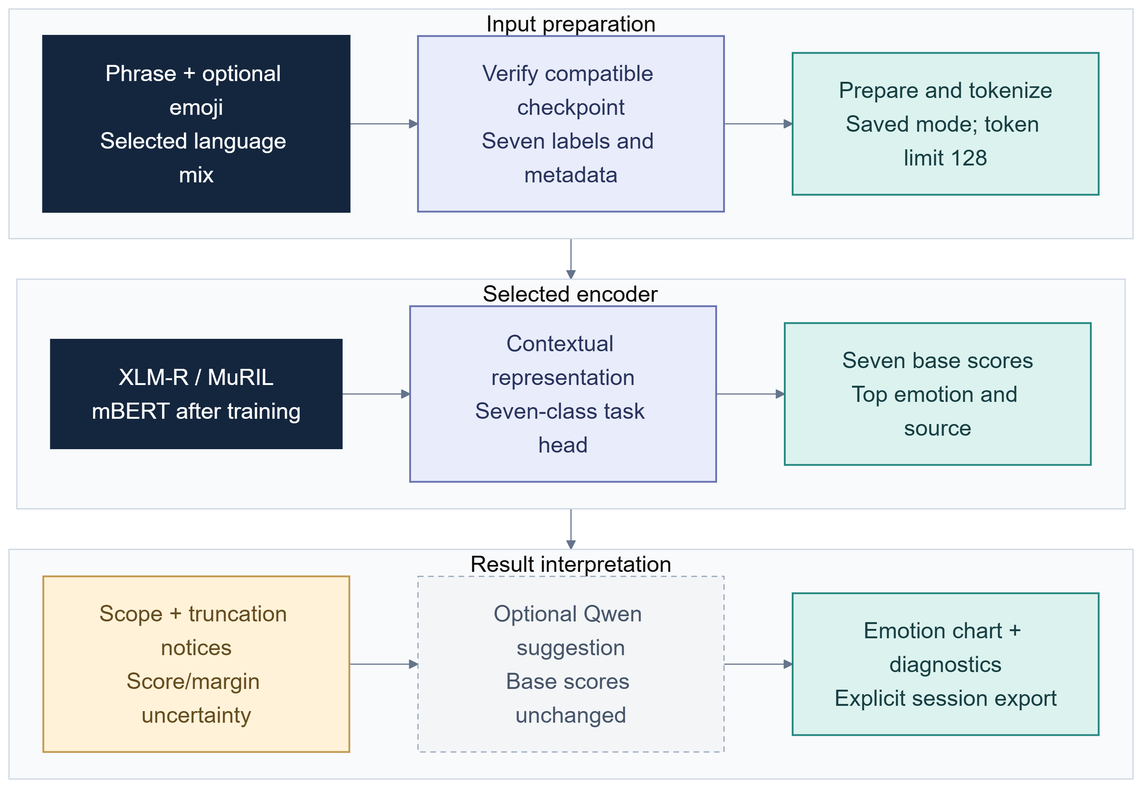
This is docs/submission/figures/emotion_inference.png from AdvayV/Emotion_Detection, a Mermaid export, as it was before one commit. Its source is kept beside it as docs/submission/diagrams/emotion_inference.mmd.
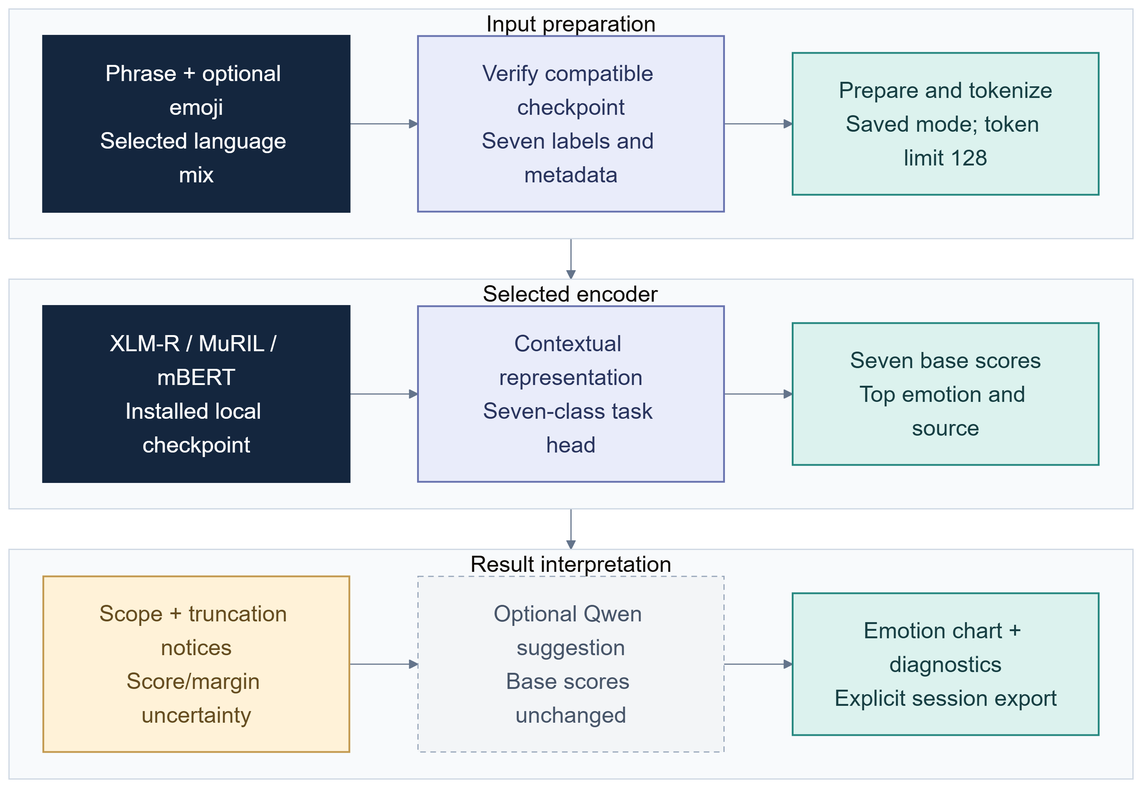
After the change.

Change to the diagram source:
```diff
@@ -10,7 +10,7 @@
   end
   subgraph PREDICT["Selected encoder"]
     direction LR
-    D["XLM-R / MuRIL<br/>mBERT after training"]:::ink --> E["Contextual representation<br/>Seven-class task head"]:::blue --> F["Seven base scores<br/>Top emotion and source"]:::teal
+    D["XLM-R / MuRIL / mBERT<br/>Installed local checkpoint"]:::ink --> E["Contextual representation<br/>Seven-class task head"]:::blue --> F["Seven base scores<br/>Top emotion and source"]:::teal
   end
   subgraph DISPLAY["Result interpretation"]
     direction LR
```
